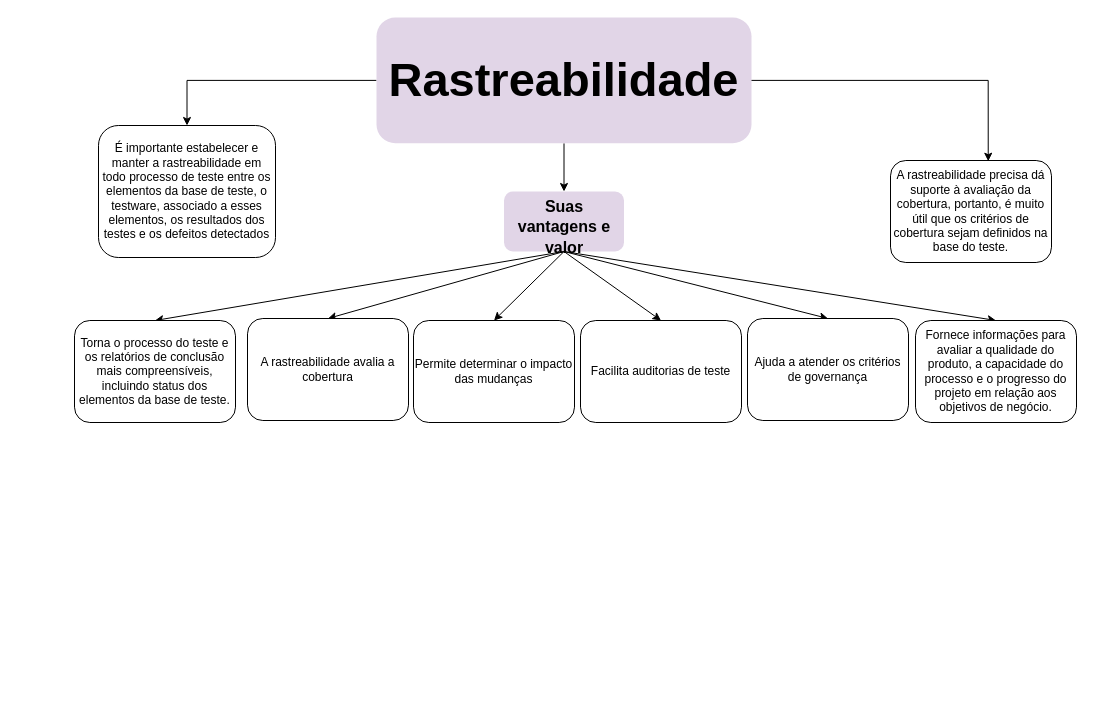
Before: page "Subtopico1.4.4" (12 of 12) of capitulo1.drawio in Natalirodriguess/estudos, a draw.io diagram. Source tidied: cells renumbered, new cells numbered last; positions are measured from the earlier drawing's top-left corner, leaving out a move shared by most shapes. Both pictures are drawn from the tidied source at 100%, with x=0, y=0 at pixel (74, 17).
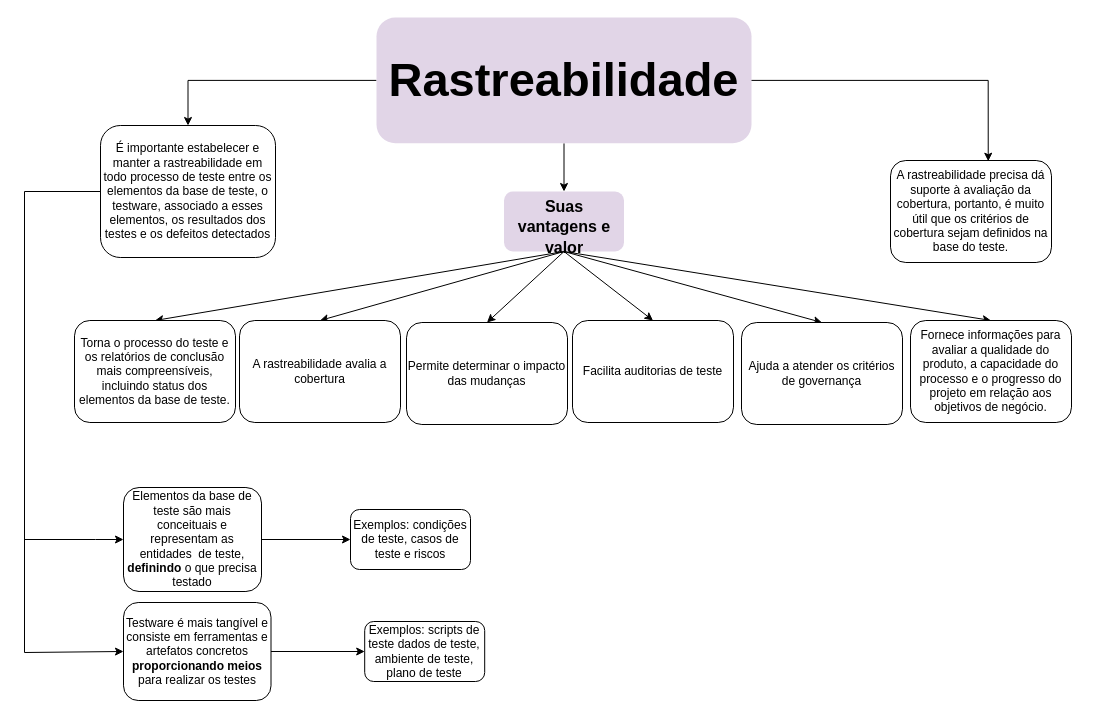
After the change.

Diff of the diagram source:
```diff
@@
+    <mxCell id="21" style="edgeStyle=orthogonalEdgeStyle;rounded=0;jettySize=auto;html=1;entryX=0;entryY=0.5;entryDx=0;entryDy=0;" parent="1" edge="1" source="5" target="23">
+      <mxGeometry relative="1" as="geometry">
+        <Array as="points">
+          <mxPoint x="-50" y="174" />
+          <mxPoint x="-50" y="522" />
+          <mxPoint x="21" y="522" />
+        </Array>
+      </mxGeometry>
+    </mxCell>
     <mxCell id="5" value="É importante estabelecer e manter a rastreabilidade em todo processo de teste entre os elementos da base de teste, o testware, associado a esses elementos, os resultados dos testes e os defeitos detectados" style="rounded=1;whiteSpace=wrap;html=1;" parent="1" vertex="1">
-      <mxGeometry x="24" y="108" width="177" height="132" as="geometry" />
+      <mxGeometry x="26" y="108" width="175" height="132" as="geometry" />
     </mxCell>
@@
     <mxCell id="8" value="A rastreabilidade avalia a cobertura" style="rounded=1;whiteSpace=wrap;html=1;" parent="1" vertex="1">
-      <mxGeometry x="173" y="301" width="161" height="102" as="geometry" />
+      <mxGeometry x="165" y="303" width="161" height="102" as="geometry" />
     </mxCell>
@@
     <mxCell id="10" value="Permite determinar o impacto das mudanças" style="rounded=1;whiteSpace=wrap;html=1;" parent="1" vertex="1">
-      <mxGeometry x="339" y="303" width="161" height="102" as="geometry" />
+      <mxGeometry x="332" y="305" width="161" height="102" as="geometry" />
     </mxCell>
@@
     <mxCell id="12" value="Facilita auditorias de teste" style="rounded=1;whiteSpace=wrap;html=1;" parent="1" vertex="1">
-      <mxGeometry x="506" y="303" width="161" height="102" as="geometry" />
+      <mxGeometry x="498" y="303" width="161" height="102" as="geometry" />
     </mxCell>
@@
     <mxCell id="16" value="Ajuda a atender os critérios de governança" style="rounded=1;whiteSpace=wrap;html=1;" parent="1" vertex="1">
-      <mxGeometry x="673" y="301" width="161" height="102" as="geometry" />
+      <mxGeometry x="667" y="305" width="161" height="102" as="geometry" />
     </mxCell>
@@
     <mxCell id="20" value="Fornece informações para avaliar a qualidade do produto, a capacidade do processo e o progresso do projeto em relação aos objetivos de negócio." style="rounded=1;whiteSpace=wrap;html=1;" parent="1" vertex="1">
-      <mxGeometry x="841" y="303" width="161" height="102" as="geometry" />
+      <mxGeometry x="836" y="303" width="161" height="102" as="geometry" />
     </mxCell>
+    <mxCell id="22" style="edgeStyle=orthogonalEdgeStyle;rounded=0;jettySize=auto;html=1;" parent="1" edge="1" source="23" target="27">
+      <mxGeometry relative="1" as="geometry" />
+    </mxCell>
+    <mxCell id="23" value="Elementos da base de teste são mais conceituais e representam as entidades&amp;nbsp; de teste, &lt;b&gt;definindo &lt;/b&gt;o que precisa testado" style="rounded=1;whiteSpace=wrap;html=1;" parent="1" vertex="1">
+      <mxGeometry x="49" y="470" width="138" height="104" as="geometry" />
+    </mxCell>
+    <mxCell id="24" style="endArrow=classic;html=1;rounded=0;entryX=0;entryY=0.5;entryDx=0;entryDy=0;" parent="1" edge="1" target="26">
+      <mxGeometry relative="1" as="geometry">
+        <mxPoint x="-50" y="513" as="sourcePoint" />
+        <Array as="points">
+          <mxPoint x="-50" y="635" />
+        </Array>
+      </mxGeometry>
+    </mxCell>
+    <mxCell id="25" style="edgeStyle=orthogonalEdgeStyle;rounded=0;jettySize=auto;html=1;" parent="1" edge="1" source="26" target="28">
+      <mxGeometry relative="1" as="geometry" />
+    </mxCell>
+    <mxCell id="26" value="Testware é mais tangível e consiste em ferramentas e artefatos concretos &lt;b&gt;proporcionando&lt;/b&gt; &lt;b&gt;meios&lt;/b&gt; para realizar os testes" style="rounded=1;whiteSpace=wrap;html=1;" parent="1" vertex="1">
+      <mxGeometry x="49" y="585" width="147.5" height="98" as="geometry" />
+    </mxCell>
+    <mxCell id="27" value="Exemplos: condições de teste, casos de teste e riscos" style="whiteSpace=wrap;html=1;rounded=1;" parent="1" vertex="1">
+      <mxGeometry x="276" y="492" width="120" height="60" as="geometry" />
+    </mxCell>
+    <mxCell id="28" value="Exemplos: scripts de teste dados de teste, ambiente de teste, plano de teste" style="whiteSpace=wrap;html=1;rounded=1;" parent="1" vertex="1">
+      <mxGeometry x="290.2" y="604" width="120" height="60" as="geometry" />
+    </mxCell>
```
